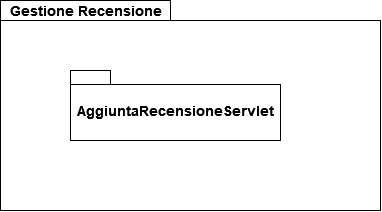
Before: Documenti/diagrammi/packages/PackageGestioneRecensione.drawio.png, a diagram exported from draw.io (IlSelva/ProgettoIS). Source tidied: cells renumbered, new cells last; positions are measured from the earlier drawing's top-left corner, leaving out a move shared by most shapes.
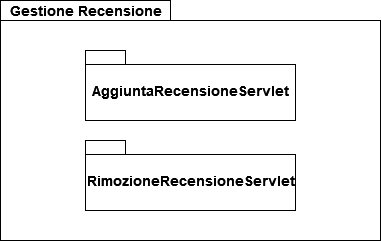
After the commit.

What changed in the source:
```diff
@@ -3,13 +3,16 @@
     <mxCell id="0" />
     <mxCell id="1" parent="0" />
     <mxCell id="2" style="shape=folder;fontStyle=1;spacingTop=10;tabWidth=170;tabHeight=20;tabPosition=left;html=1;" parent="1" vertex="1">
-      <mxGeometry width="380" height="210" as="geometry" />
+      <mxGeometry width="380" height="240" as="geometry" />
     </mxCell>
     <mxCell id="3" value="&lt;b&gt;&lt;font style=&quot;font-size: 14px&quot;&gt;Gestione Recensione&lt;br&gt;&lt;/font&gt;&lt;/b&gt;" style="text;html=1;align=center;verticalAlign=middle;strokeColor=none;fillColor=none;" parent="1" vertex="1">
       <mxGeometry x="5" width="160" height="20" as="geometry" />
     </mxCell>
     <mxCell id="4" value="AggiuntaRecensioneServlet" style="shape=folder;fontStyle=1;spacingTop=10;tabWidth=40;tabHeight=14;tabPosition=left;html=1;fontSize=14;" parent="1" vertex="1">
-      <mxGeometry x="70" y="70" width="210" height="70" as="geometry" />
+      <mxGeometry x="85" y="50" width="210" height="70" as="geometry" />
     </mxCell>
+    <mxCell id="5" value="RimozioneRecensioneServlet" style="shape=folder;fontStyle=1;spacingTop=10;tabWidth=40;tabHeight=14;tabPosition=left;html=1;fontSize=14;" parent="1" vertex="1">
+      <mxGeometry x="85" y="140" width="210" height="70" as="geometry" />
+    </mxCell>
   </root>
 </mxGraphModel>
```
